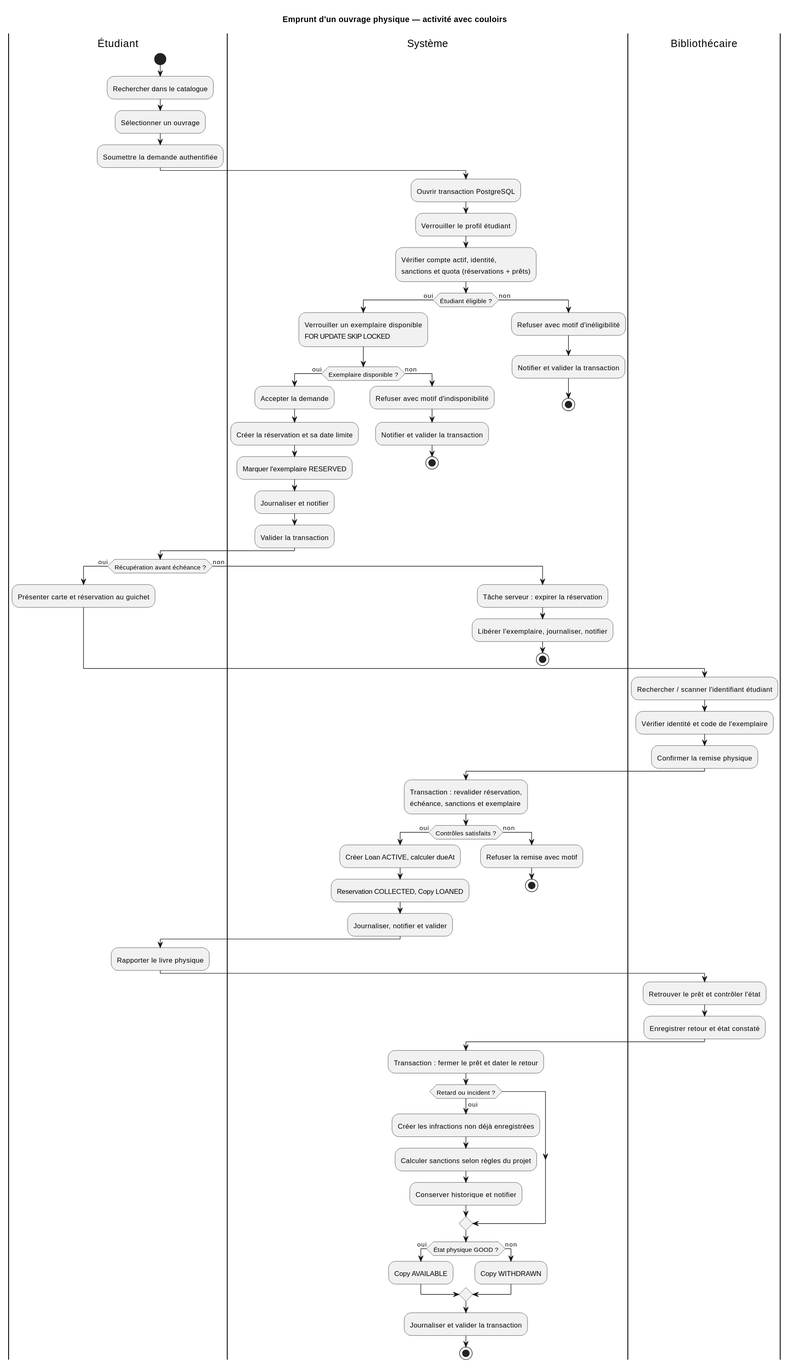
Above: docs/uml/03-borrow-activity.svg in aymanebettaoui/Bibliotheque-Universitaire-USMBA (PlantUML), before the change.
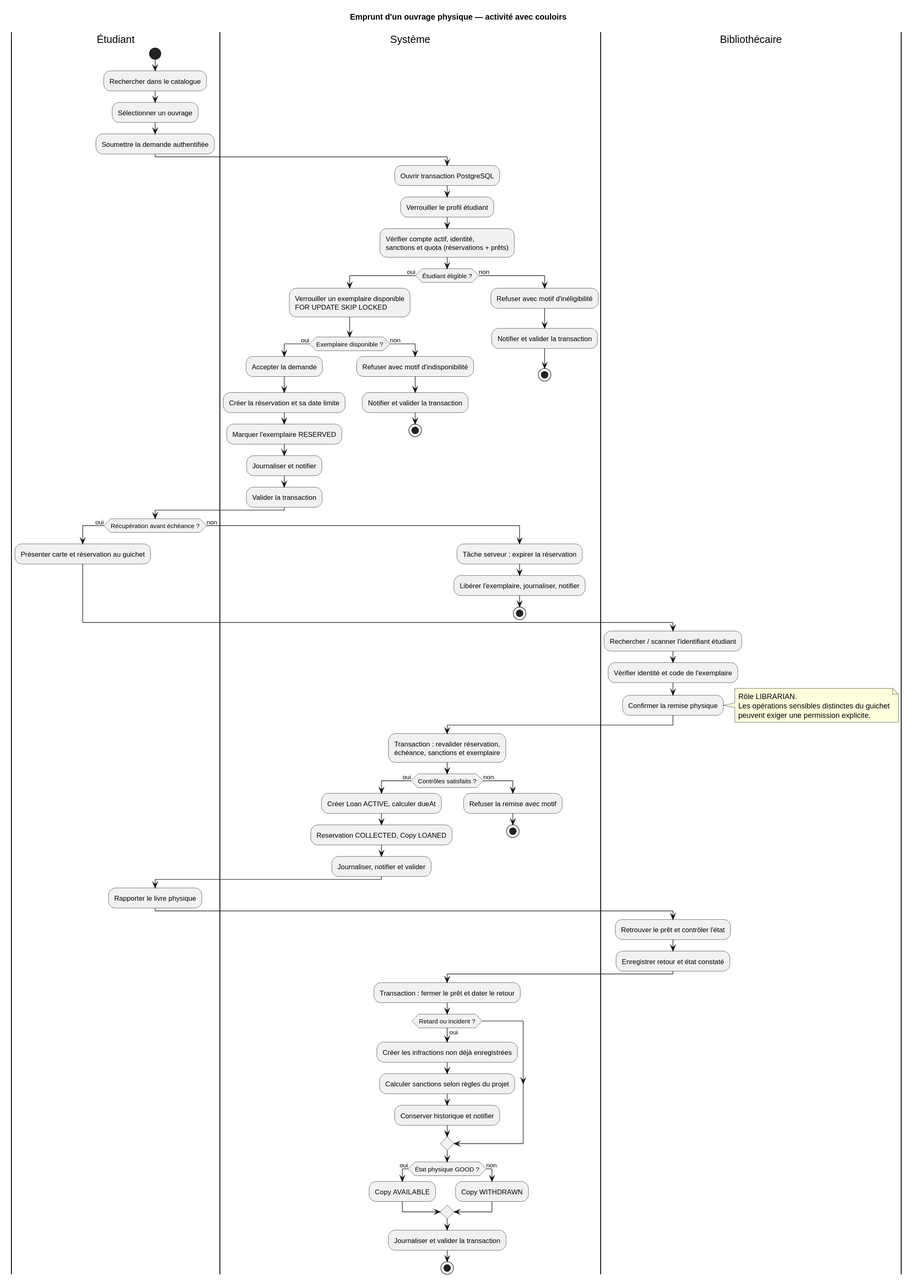
After the commit.

Change to the diagram source:
```diff
@@ -42,6 +42,11 @@
 :Rechercher / scanner l'identifiant étudiant;
 :Vérifier identité et code de l'exemplaire;
 :Confirmer la remise physique;
+note right
+Rôle LIBRARIAN.
+Les opérations sensibles distinctes du guichet
+peuvent exiger une permission explicite.
+end note
 |Système|
 :Transaction : revalider réservation,
 échéance, sanctions et exemplaire;
```
